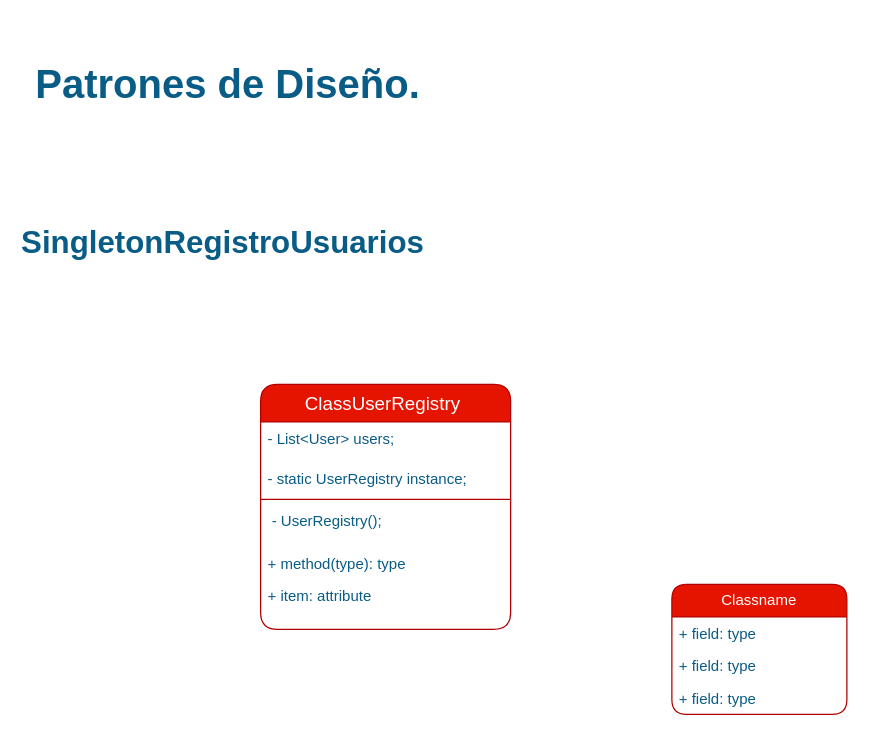
The draw.io diagram Diagrama sin título.drawio in Mariayey12/Patrone-Di, before the edit. Source tidied: cells renumbered, new cells numbered last; positions are measured from the earlier drawing's top-left corner, leaving out a move shared by most shapes. Both pictures are drawn from the tidied source at 125%, with x=0, y=0 at pixel (21, 21).
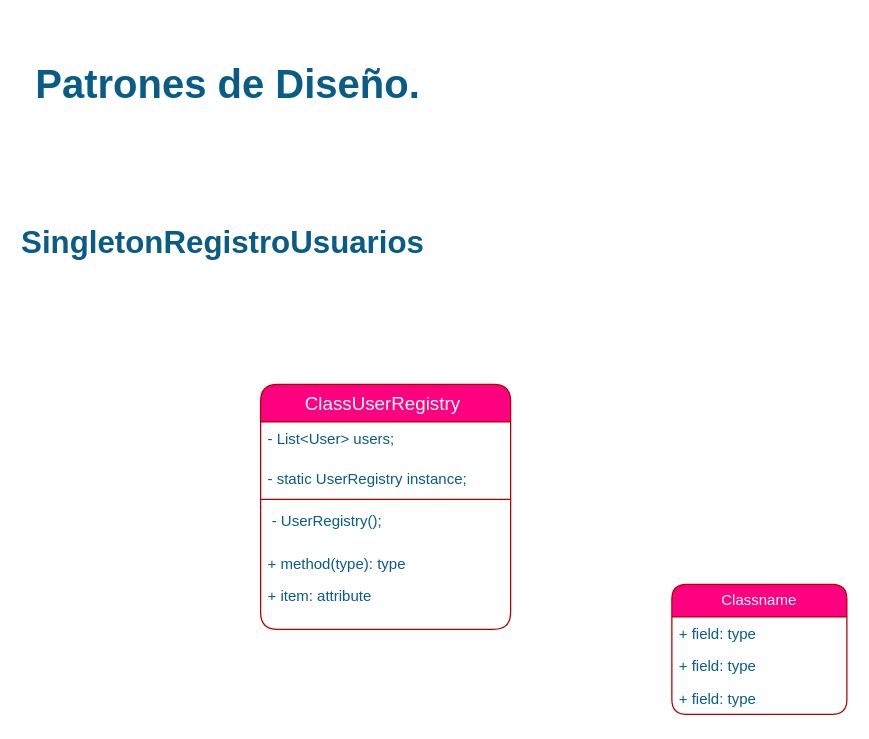
Above is the later version.

Diff of the diagram source:
```diff
@@
 <mxGraphModel background="#ffffff">
   <root>
     <mxCell id="0" />
     <mxCell id="1" parent="0" />
     <mxCell id="2" value="&lt;b&gt;&lt;font style=&quot;font-size: 32px;&quot;&gt;Patrones de Diseño.&lt;/font&gt;&lt;/b&gt;" style="text;html=1;strokeColor=none;fillColor=none;align=center;verticalAlign=middle;whiteSpace=wrap;rounded=1;labelBackgroundColor=none;fontColor=#095C86;" parent="1" vertex="1">
       <mxGeometry width="330" height="100" as="geometry" />
     </mxCell>
     <mxCell id="3" value="&lt;b&gt;&lt;font style=&quot;font-size: 25px;&quot;&gt;SingletonRegistroUsuarios&lt;/font&gt;&lt;/b&gt;" style="text;html=1;strokeColor=none;fillColor=none;align=center;verticalAlign=middle;whiteSpace=wrap;rounded=1;labelBackgroundColor=none;fontColor=#095C86;" parent="1" vertex="1">
       <mxGeometry x="131" y="160" width="60" height="30" as="geometry" />
     </mxCell>
-    <mxCell id="4" value="&lt;font style=&quot;font-size: 15px;&quot;&gt;ClassUserRegistry&amp;nbsp;&lt;/font&gt;" style="swimlane;fontStyle=0;horizontal=1;startSize=30;fillColor=#e51400;whiteSpace=wrap;html=1;labelBackgroundColor=none;strokeColor=#B20000;rounded=1;labelBorderColor=none;fontColor=#ffffff;" parent="1" vertex="1">
+    <mxCell id="4" value="&lt;font style=&quot;font-size: 15px;&quot;&gt;ClassUserRegistry&amp;nbsp;&lt;/font&gt;" style="swimlane;fontStyle=0;horizontal=1;startSize=30;fillColor=#FF0080;whiteSpace=wrap;html=1;labelBackgroundColor=none;strokeColor=#B20000;rounded=1;labelBorderColor=none;fontColor=#ffffff;" parent="1" vertex="1">
       <mxGeometry x="191" y="290" width="200" height="196" as="geometry" />
     </mxCell>
     <mxCell id="5" value="- List&amp;lt;User&amp;gt; users;" style="text;strokeColor=none;fillColor=none;align=left;verticalAlign=top;spacingLeft=4;spacingRight=4;overflow=hidden;whiteSpace=wrap;html=1;labelBackgroundColor=none;fontColor=#095C86;rounded=1;" parent="4" vertex="1">
       <mxGeometry y="30" width="200" height="32" as="geometry" />
     </mxCell>
     <mxCell id="6" value="- static UserRegistry instance;" style="text;strokeColor=none;fillColor=none;align=left;verticalAlign=top;spacingLeft=4;spacingRight=4;overflow=hidden;whiteSpace=wrap;html=1;labelBackgroundColor=none;fontColor=#095C86;rounded=1;" parent="4" vertex="1">
       <mxGeometry y="62" width="200" height="26" as="geometry" />
     </mxCell>
     <mxCell id="7" style="line;strokeWidth=1;fillColor=none;align=left;verticalAlign=middle;spacingTop=-1;spacingLeft=3;spacingRight=3;labelPosition=right;strokeColor=inherit;fontColor=#095C86;" parent="4" vertex="1">
       <mxGeometry y="88" width="200" height="8" as="geometry" />
     </mxCell>
     <mxCell id="8" value="&amp;nbsp;- UserRegistry();&amp;nbsp;" style="text;strokeColor=none;fillColor=none;align=left;verticalAlign=top;spacingLeft=4;spacingRight=4;overflow=hidden;whiteSpace=wrap;html=1;labelBackgroundColor=none;fontColor=#095C86;rounded=1;" parent="4" vertex="1">
       <mxGeometry y="96" width="200" height="34" as="geometry" />
     </mxCell>
     <mxCell id="9" value="+ method(type): type" style="text;strokeColor=none;fillColor=none;align=left;verticalAlign=top;spacingLeft=4;spacingRight=4;overflow=hidden;whiteSpace=wrap;html=1;fontColor=#095C86;" parent="4" vertex="1">
       <mxGeometry y="130" width="200" height="26" as="geometry" />
     </mxCell>
     <mxCell id="10" value="+ item: attribute" style="text;strokeColor=none;fillColor=none;align=left;verticalAlign=top;spacingLeft=4;spacingRight=4;overflow=hidden;whiteSpace=wrap;html=1;fontColor=#095C86;" parent="4" vertex="1">
       <mxGeometry y="156" width="200" height="40" as="geometry" />
     </mxCell>
-    <mxCell id="11" value="Classname" style="swimlane;fontStyle=0;horizontal=1;startSize=26;fillColor=#e51400;whiteSpace=wrap;html=1;labelBackgroundColor=none;strokeColor=#B20000;fontColor=#ffffff;rounded=1;" parent="1" vertex="1">
+    <mxCell id="11" value="Classname" style="swimlane;fontStyle=0;horizontal=1;startSize=26;fillColor=#FF0080;whiteSpace=wrap;html=1;labelBackgroundColor=none;strokeColor=#B20000;fontColor=#ffffff;rounded=1;" parent="1" vertex="1">
       <mxGeometry x="520" y="450" width="140" height="104" as="geometry" />
     </mxCell>
     <mxCell id="12" value="+ field: type" style="text;strokeColor=none;fillColor=none;align=left;verticalAlign=top;spacingLeft=4;spacingRight=4;overflow=hidden;whiteSpace=wrap;html=1;labelBackgroundColor=none;fontColor=#095C86;rounded=1;" parent="11" vertex="1">
       <mxGeometry y="26" width="140" height="26" as="geometry" />
     </mxCell>
     <mxCell id="13" value="+ field: type" style="text;strokeColor=none;fillColor=none;align=left;verticalAlign=top;spacingLeft=4;spacingRight=4;overflow=hidden;whiteSpace=wrap;html=1;labelBackgroundColor=none;fontColor=#095C86;rounded=1;" parent="11" vertex="1">
       <mxGeometry y="52" width="140" height="26" as="geometry" />
     </mxCell>
     <mxCell id="14" value="+ field: type" style="text;strokeColor=none;fillColor=none;align=left;verticalAlign=top;spacingLeft=4;spacingRight=4;overflow=hidden;whiteSpace=wrap;html=1;labelBackgroundColor=none;fontColor=#095C86;rounded=1;" parent="11" vertex="1">
       <mxGeometry y="78" width="140" height="26" as="geometry" />
     </mxCell>
   </root>
 </mxGraphModel>
```
